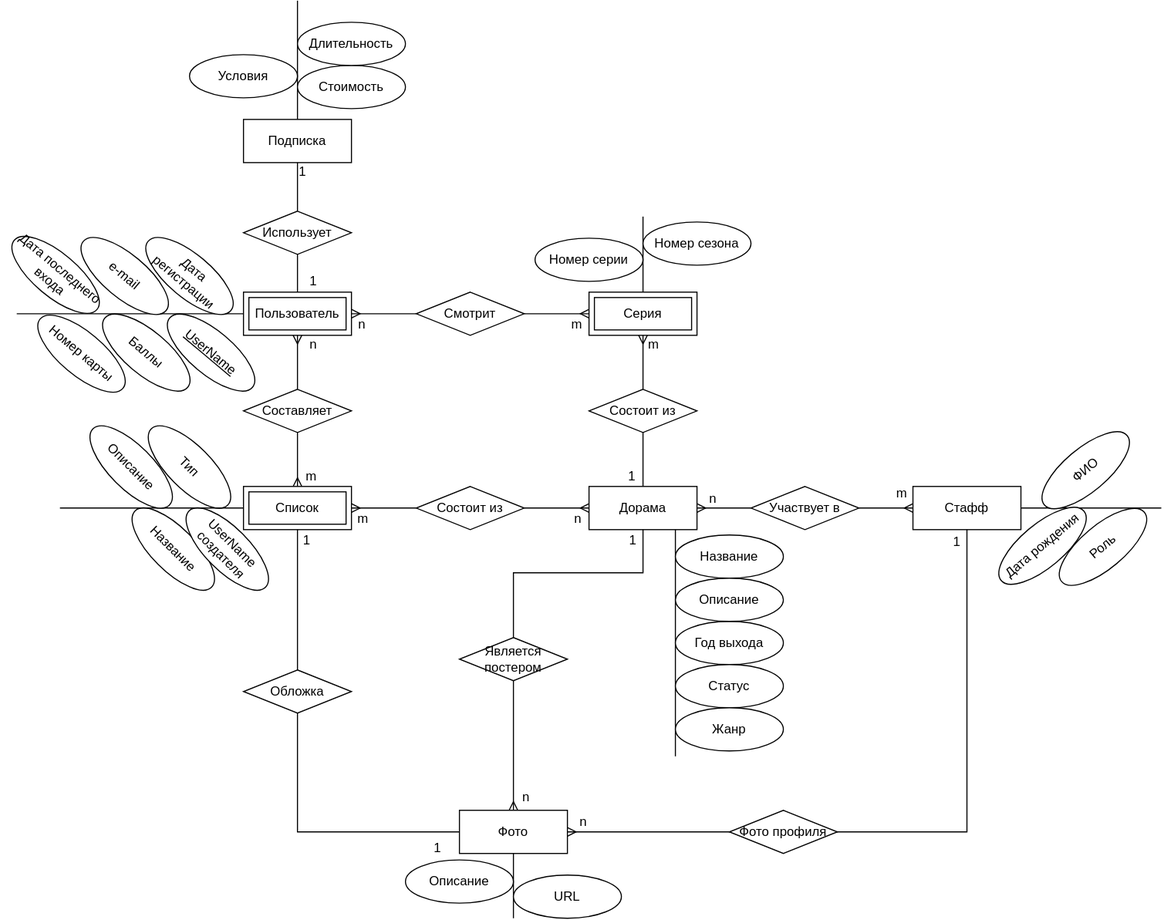
AskaryanKarine/DoramaSet keeps this draw.io diagram as docs/img/er-diagram.svg. Above is the earlier version. Source tidied: cells renumbered, new cells last; positions are measured from the earlier drawing's top-left corner, leaving out a move shared by most shapes.
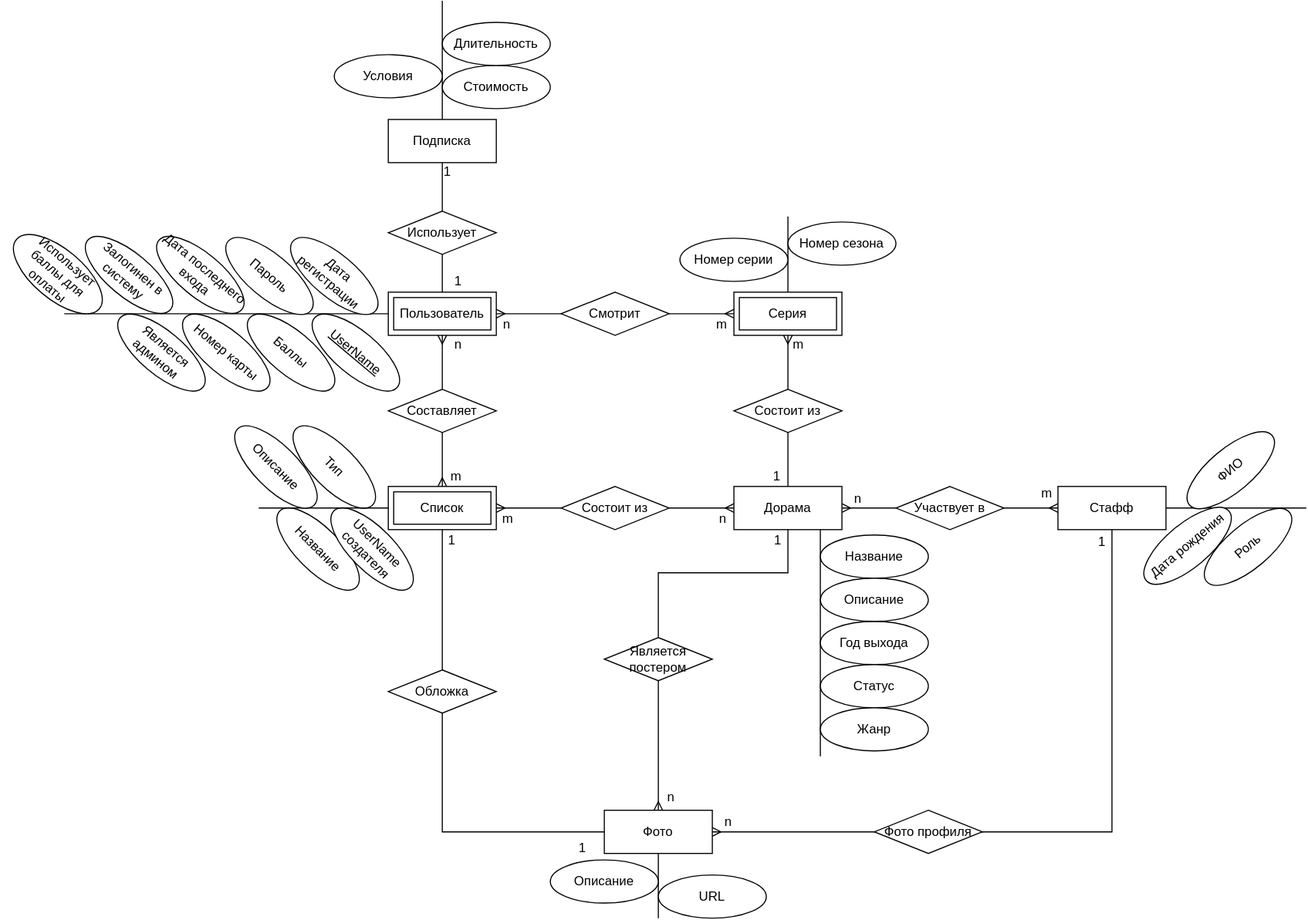
After the commit.

What changed in the source:
```diff
@@ -7,7 +7,7 @@
     </mxCell>
     <mxCell id="3" style="edgeStyle=orthogonalEdgeStyle;rounded=0;jettySize=auto;html=1;exitX=0;exitY=0.5;exitDx=0;exitDy=0;endArrow=none;endFill=0;" parent="1" edge="1" source="51">
       <mxGeometry relative="1" as="geometry">
-        <mxPoint x="14" y="290" as="targetPoint" />
+        <mxPoint x="-76" y="290" as="targetPoint" />
       </mxGeometry>
     </mxCell>
     <mxCell id="4" style="edgeStyle=none;rounded=0;jettySize=auto;html=1;entryX=0;entryY=0.5;entryDx=0;entryDy=0;startArrow=none;startFill=0;endArrow=ERmany;endFill=0;" parent="1" edge="1" source="15" target="9">
@@ -113,7 +113,7 @@
     </mxCell>
     <mxCell id="34" style="edgeStyle=orthogonalEdgeStyle;rounded=0;jettySize=auto;html=1;startArrow=none;startFill=0;endArrow=none;endFill=0;" parent="1" edge="1" source="36">
       <mxGeometry relative="1" as="geometry">
-        <mxPoint x="54" y="470" as="targetPoint" />
+        <mxPoint x="104" y="470" as="targetPoint" />
       </mxGeometry>
     </mxCell>
     <mxCell id="35" style="edgeStyle=none;rounded=0;jettySize=auto;html=1;entryX=0;entryY=0.5;entryDx=0;entryDy=0;endArrow=none;endFill=0;startArrow=none;" parent="1" edge="1" source="64" target="38">
@@ -137,7 +137,7 @@
     <mxCell id="39" value="Описание" style="ellipse;whiteSpace=wrap;html=1;align=center;" parent="1" vertex="1">
       <mxGeometry x="374" y="796" width="100" height="40" as="geometry" />
     </mxCell>
-    <mxCell id="40" value="e-mail" style="ellipse;whiteSpace=wrap;html=1;align=center;rotation=40;" parent="1" vertex="1">
+    <mxCell id="40" value="Пароль" style="ellipse;whiteSpace=wrap;html=1;align=center;rotation=40;" parent="1" vertex="1">
       <mxGeometry x="64" y="235" width="100" height="40" as="geometry" />
     </mxCell>
     <mxCell id="41" value="Номер сезона" style="ellipse;whiteSpace=wrap;html=1;align=center;" parent="1" vertex="1">
@@ -208,7 +208,7 @@
       <mxGeometry x="84" y="306" width="100" height="40" as="geometry" />
     </mxCell>
     <mxCell id="61" value="Номер карты" style="ellipse;whiteSpace=wrap;html=1;align=center;rotation=40;" parent="1" vertex="1">
-      <mxGeometry x="24" y="307" width="100" height="40" as="geometry" />
+      <mxGeometry x="24" y="306" width="100" height="40" as="geometry" />
     </mxCell>
     <mxCell id="62" value="Описание" style="ellipse;whiteSpace=wrap;html=1;align=center;rotation=45;" parent="1" vertex="1">
       <mxGeometry x="70" y="412" width="100" height="40" as="geometry" />
@@ -279,5 +279,14 @@
     <mxCell id="84" value="Жанр" style="ellipse;whiteSpace=wrap;html=1;align=center;" parent="1" vertex="1">
       <mxGeometry x="624" y="655" width="100" height="40" as="geometry" />
     </mxCell>
+    <mxCell id="85" value="Залогинен в систему" style="ellipse;whiteSpace=wrap;html=1;align=center;rotation=40;" parent="1" vertex="1">
+      <mxGeometry x="-66" y="234" width="100" height="40" as="geometry" />
+    </mxCell>
+    <mxCell id="86" value="Является админом" style="ellipse;whiteSpace=wrap;html=1;align=center;rotation=40;" parent="1" vertex="1">
+      <mxGeometry x="-36" y="306" width="100" height="40" as="geometry" />
+    </mxCell>
+    <mxCell id="87" value="Использует баллы для оплаты" style="ellipse;whiteSpace=wrap;html=1;align=center;rotation=40;" parent="1" vertex="1">
+      <mxGeometry x="-131.9" y="230.3" width="100" height="46" as="geometry" />
+    </mxCell>
   </root>
 </mxGraphModel>
```
